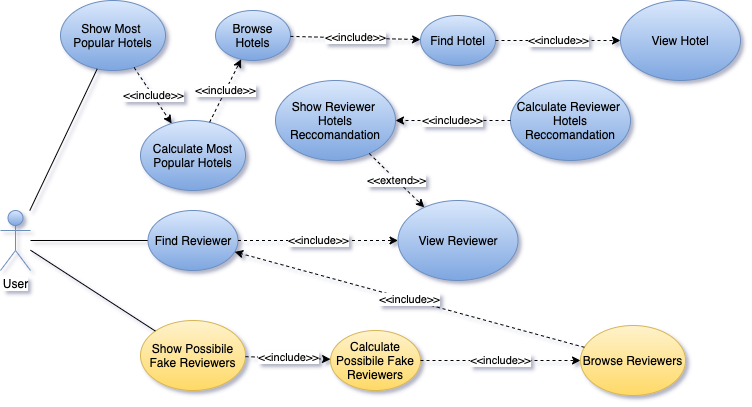
This is img/uml_use_case3.png from MatteoDJon/Task2LSMDB, a draw.io export, as it was before one commit. Source tidied: cells renumbered, new cells last; positions are measured from the earlier drawing's top-left corner, leaving out a move shared by most shapes.
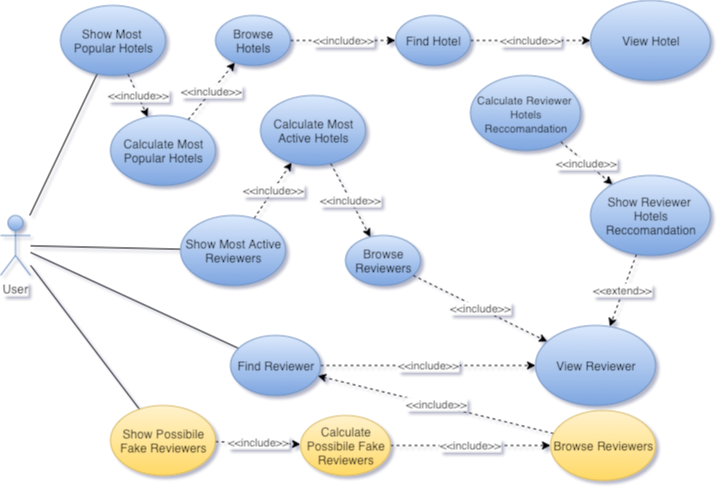
The same file after the commit.

Diff of the diagram source:
```diff
@@ -6,10 +6,10 @@
       <mxGeometry y="210" width="30" height="60" as="geometry" />
     </mxCell>
     <mxCell id="3" value="Show Reviewer&amp;nbsp;&lt;br&gt;Hotels Reccomandation" style="ellipse;whiteSpace=wrap;html=1;gradientColor=#7ea6e0;fillColor=#dae8fc;strokeColor=#6c8ebf;" parent="1" vertex="1">
-      <mxGeometry x="275" y="80" width="120" height="80" as="geometry" />
+      <mxGeometry x="590" y="170" width="120" height="80" as="geometry" />
     </mxCell>
     <mxCell id="4" value="Show Possibile Fake Reviewers" style="ellipse;whiteSpace=wrap;html=1;gradientColor=#ffd966;fillColor=#fff2cc;strokeColor=#d6b656;" parent="1" vertex="1">
-      <mxGeometry x="140" y="320" width="105" height="70" as="geometry" />
+      <mxGeometry x="110" y="400" width="105" height="70" as="geometry" />
     </mxCell>
     <mxCell id="5" style="endArrow=none;html=1;" parent="1" edge="1" source="2" target="4">
       <mxGeometry relative="1" as="geometry" />
@@ -18,10 +18,10 @@
       <mxGeometry relative="1" as="geometry" />
     </mxCell>
     <mxCell id="7" value="Calculate&lt;br&gt;Possibile Fake Reviewers" style="ellipse;whiteSpace=wrap;html=1;gradientColor=#ffd966;fillColor=#fff2cc;strokeColor=#d6b656;" parent="1" vertex="1">
-      <mxGeometry x="330" y="330" width="90" height="60" as="geometry" />
+      <mxGeometry x="300" y="410" width="90" height="60" as="geometry" />
     </mxCell>
-    <mxCell id="8" value="Calculate Reviewer&amp;nbsp;&lt;br&gt;Hotels Reccomandation" style="ellipse;whiteSpace=wrap;html=1;gradientColor=#7ea6e0;fillColor=#dae8fc;strokeColor=#6c8ebf;" parent="1" vertex="1">
-      <mxGeometry x="510" y="80" width="120" height="80" as="geometry" />
+    <mxCell id="8" value="&lt;font style=&quot;font-size: 11px&quot;&gt;Calculate Reviewer&amp;nbsp;&lt;br&gt;Hotels Reccomandation&lt;/font&gt;" style="ellipse;whiteSpace=wrap;html=1;gradientColor=#7ea6e0;fillColor=#dae8fc;strokeColor=#6c8ebf;" parent="1" vertex="1">
+      <mxGeometry x="470" y="70" width="110" height="75" as="geometry" />
     </mxCell>
     <mxCell id="9" value="&amp;lt;&amp;lt;include&amp;gt;&amp;gt;" style="endArrow=classic;html=1;dashed=1;" parent="1" edge="1" source="8" target="3">
       <mxGeometry relative="1" as="geometry" />
@@ -30,19 +30,19 @@
       <mxGeometry relative="1" as="geometry" />
     </mxCell>
     <mxCell id="11" value="Find Reviewer" style="ellipse;whiteSpace=wrap;html=1;gradientColor=#7ea6e0;fillColor=#dae8fc;strokeColor=#6c8ebf;" parent="1" vertex="1">
-      <mxGeometry x="147.5" y="210" width="90" height="60" as="geometry" />
+      <mxGeometry x="230" y="330" width="90" height="60" as="geometry" />
     </mxCell>
     <mxCell id="12" value="&amp;lt;&amp;lt;extend&amp;gt;&amp;gt;" style="endArrow=classic;html=1;dashed=1;" parent="1" edge="1" source="3" target="13">
       <mxGeometry relative="1" as="geometry" />
     </mxCell>
     <mxCell id="13" value="View Reviewer" style="ellipse;whiteSpace=wrap;html=1;gradientColor=#7ea6e0;fillColor=#dae8fc;strokeColor=#6c8ebf;" parent="1" vertex="1">
-      <mxGeometry x="397.5" y="200" width="120" height="80" as="geometry" />
+      <mxGeometry x="535" y="320" width="120" height="80" as="geometry" />
     </mxCell>
     <mxCell id="14" value="&amp;lt;&amp;lt;include&amp;gt;&amp;gt;" style="endArrow=classic;html=1;dashed=1;" parent="1" edge="1" source="11" target="13">
       <mxGeometry relative="1" as="geometry" />
     </mxCell>
     <mxCell id="15" value="Browse Reviewers" style="ellipse;whiteSpace=wrap;html=1;gradientColor=#ffd966;fillColor=#fff2cc;strokeColor=#d6b656;" parent="1" vertex="1">
-      <mxGeometry x="580" y="325" width="105" height="70" as="geometry" />
+      <mxGeometry x="550" y="405" width="105" height="70" as="geometry" />
     </mxCell>
     <mxCell id="16" value="&amp;lt;&amp;lt;include&amp;gt;&amp;gt;" style="endArrow=classic;html=1;dashed=1;" parent="1" edge="1" source="7" target="15">
       <mxGeometry relative="1" as="geometry" />
@@ -60,16 +60,16 @@
       <mxGeometry relative="1" as="geometry" />
     </mxCell>
     <mxCell id="21" value="Calculate Most&lt;br&gt;Popular Hotels" style="ellipse;whiteSpace=wrap;html=1;gradientColor=#7ea6e0;fillColor=#dae8fc;strokeColor=#6c8ebf;" parent="1" vertex="1">
-      <mxGeometry x="140" y="120" width="105" height="70" as="geometry" />
+      <mxGeometry x="110" y="110" width="105" height="70" as="geometry" />
     </mxCell>
     <mxCell id="22" value="Browse&lt;br&gt;Hotels" style="ellipse;whiteSpace=wrap;html=1;gradientColor=#7ea6e0;fillColor=#dae8fc;strokeColor=#6c8ebf;" parent="1" vertex="1">
       <mxGeometry x="215" y="10" width="75" height="50" as="geometry" />
     </mxCell>
     <mxCell id="23" value="Find Hotel" style="ellipse;whiteSpace=wrap;html=1;gradientColor=#7ea6e0;fillColor=#dae8fc;strokeColor=#6c8ebf;" parent="1" vertex="1">
-      <mxGeometry x="420" y="15" width="75" height="50" as="geometry" />
+      <mxGeometry x="395" y="10" width="75" height="50" as="geometry" />
     </mxCell>
     <mxCell id="24" value="View Hotel" style="ellipse;whiteSpace=wrap;html=1;gradientColor=#7ea6e0;fillColor=#dae8fc;strokeColor=#6c8ebf;" parent="1" vertex="1">
-      <mxGeometry x="620" width="120" height="80" as="geometry" />
+      <mxGeometry x="590" y="-5" width="120" height="80" as="geometry" />
     </mxCell>
     <mxCell id="25" value="&amp;lt;&amp;lt;include&amp;gt;&amp;gt;" style="endArrow=classic;html=1;dashed=1;" parent="1" edge="1" source="21" target="22">
       <mxGeometry relative="1" as="geometry" />
@@ -80,5 +80,26 @@
     <mxCell id="27" value="&amp;lt;&amp;lt;include&amp;gt;&amp;gt;" style="endArrow=classic;html=1;dashed=1;" parent="1" edge="1" source="23" target="24">
       <mxGeometry relative="1" as="geometry" />
     </mxCell>
+    <mxCell id="28" value="Show Most Active Reviewers" style="ellipse;whiteSpace=wrap;html=1;gradientColor=#7ea6e0;fillColor=#dae8fc;strokeColor=#6c8ebf;" parent="1" vertex="1">
+      <mxGeometry x="180" y="210" width="105" height="70" as="geometry" />
+    </mxCell>
+    <mxCell id="29" style="endArrow=none;html=1;" parent="1" edge="1" source="2" target="28">
+      <mxGeometry relative="1" as="geometry" />
+    </mxCell>
+    <mxCell id="30" value="Calculate Most Active&amp;nbsp;Hotels" style="ellipse;whiteSpace=wrap;html=1;gradientColor=#7ea6e0;fillColor=#dae8fc;strokeColor=#6c8ebf;" parent="1" vertex="1">
+      <mxGeometry x="260" y="90" width="105" height="70" as="geometry" />
+    </mxCell>
+    <mxCell id="31" value="&amp;lt;&amp;lt;include&amp;gt;&amp;gt;" style="endArrow=classic;html=1;dashed=1;" parent="1" edge="1" source="28" target="30">
+      <mxGeometry relative="1" as="geometry" />
+    </mxCell>
+    <mxCell id="32" value="Browse Reviewers" style="ellipse;whiteSpace=wrap;html=1;gradientColor=#7ea6e0;fillColor=#dae8fc;strokeColor=#6c8ebf;" parent="1" vertex="1">
+      <mxGeometry x="345" y="230" width="75" height="50" as="geometry" />
+    </mxCell>
+    <mxCell id="33" value="&amp;lt;&amp;lt;include&amp;gt;&amp;gt;" style="endArrow=classic;html=1;dashed=1;" parent="1" edge="1" source="30" target="32">
+      <mxGeometry relative="1" as="geometry" />
+    </mxCell>
+    <mxCell id="34" value="&amp;lt;&amp;lt;include&amp;gt;&amp;gt;" style="endArrow=classic;html=1;dashed=1;" parent="1" edge="1" source="32" target="13">
+      <mxGeometry relative="1" as="geometry" />
+    </mxCell>
   </root>
 </mxGraphModel>
```
